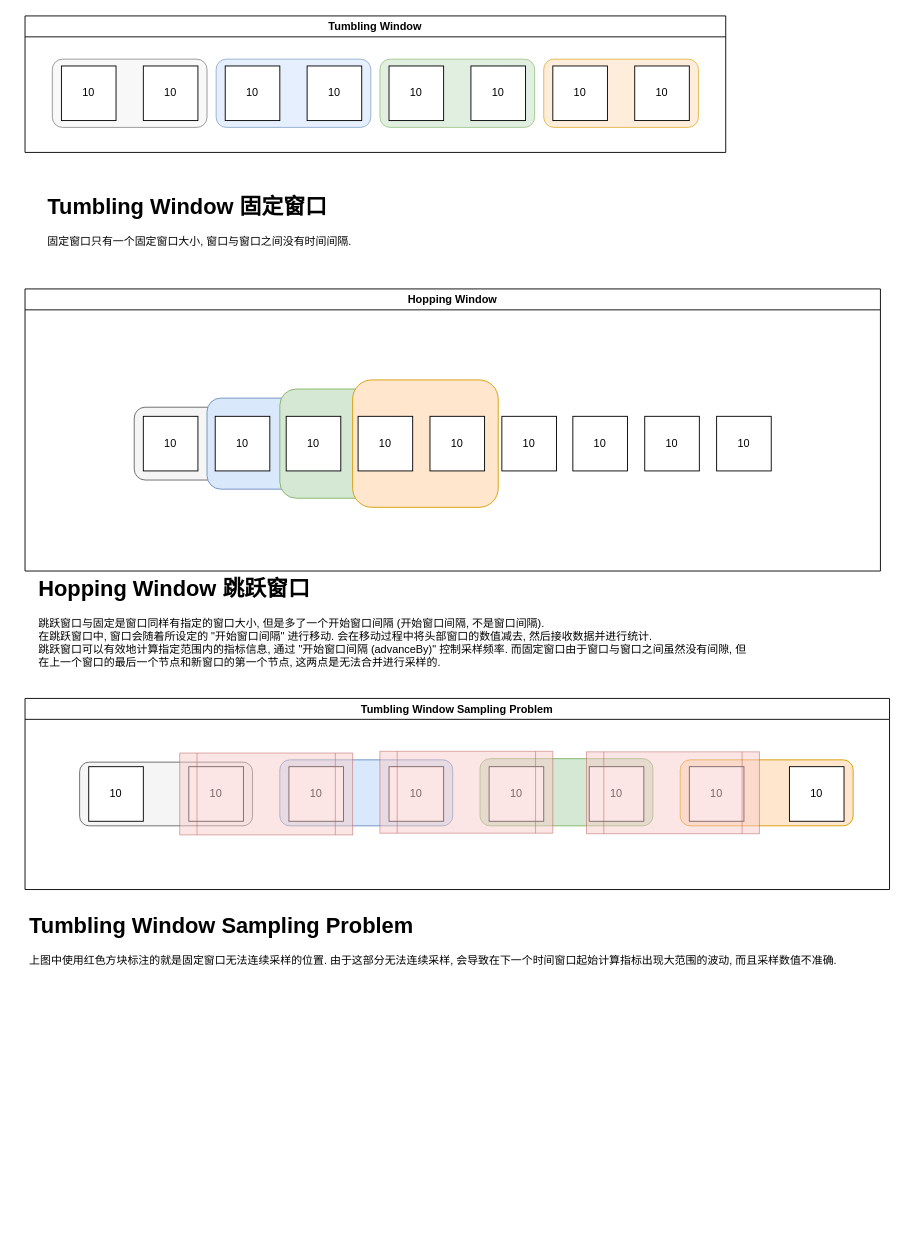
Before: kafka/stream/Kafka-Smaping-Window.drawio in LJiangTao/drawio, a draw.io diagram. Source tidied: cells renumbered, new cells numbered last; positions are measured from the earlier drawing's top-left corner, leaving out a move shared by most shapes. Both pictures are drawn from the tidied source at 91%, with x=0, y=0 at pixel (25, 15).
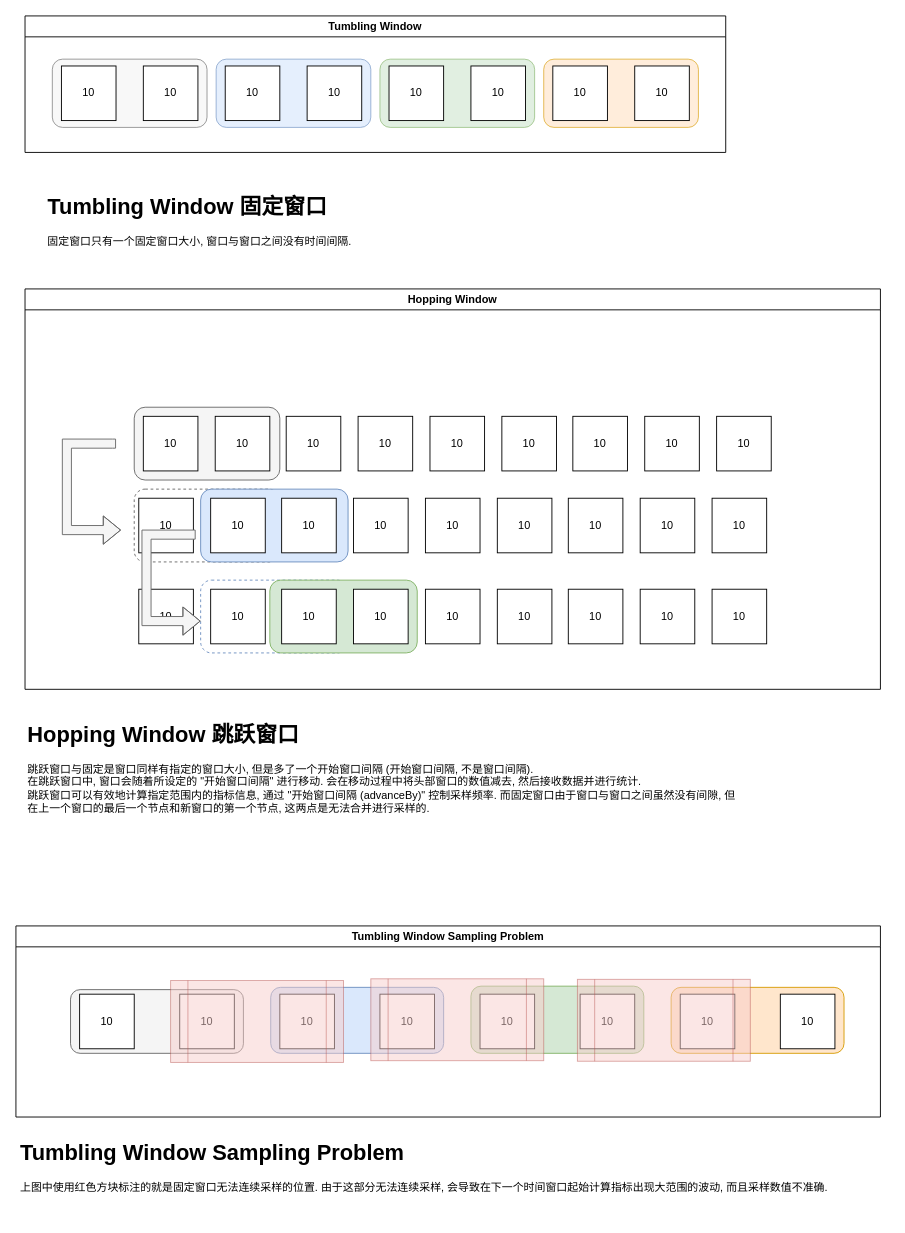
Above is the later version.

The edit, as a diff of the source:
```diff
@@
     <mxCell id="16" value="Hopping Window" style="swimlane;whiteSpace=wrap;html=1;" parent="1" vertex="1">
-      <mxGeometry y="300" width="940" height="310" as="geometry" />
+      <mxGeometry y="300" width="940" height="440" as="geometry" />
     </mxCell>
+    <mxCell id="48" style="rounded=1;whiteSpace=wrap;html=1;fillColor=none;strokeColor=#6c8ebf;dashed=1;" parent="16" vertex="1">
+      <mxGeometry x="193" y="320" width="162" height="80" as="geometry" />
+    </mxCell>
+    <mxCell id="49" style="rounded=1;whiteSpace=wrap;html=1;fillColor=#d5e8d4;strokeColor=#82b366;" parent="16" vertex="1">
+      <mxGeometry x="269" y="320" width="162" height="80" as="geometry" />
+    </mxCell>
+    <mxCell id="50" style="rounded=1;whiteSpace=wrap;html=1;fillColor=none;fontColor=#333333;strokeColor=#666666;dashed=1;" parent="16" vertex="1">
+      <mxGeometry x="120" y="220" width="160" height="80" as="geometry" />
+    </mxCell>
+    <mxCell id="51" style="edgeStyle=orthogonalEdgeStyle;rounded=0;orthogonalLoop=1;jettySize=auto;html=1;shape=flexArrow;fillColor=#f5f5f5;strokeColor=#666666;" parent="16" edge="1">
+      <mxGeometry relative="1" as="geometry">
+        <mxPoint x="100" y="170" as="sourcePoint" />
+        <mxPoint x="105.5" y="265" as="targetPoint" />
+        <Array as="points">
+          <mxPoint x="96" y="170" />
+          <mxPoint x="46" y="170" />
+          <mxPoint x="46" y="265" />
+        </Array>
+      </mxGeometry>
+    </mxCell>
@@
-    <mxCell id="18" style="rounded=1;whiteSpace=wrap;html=1;fillColor=#dae8fc;strokeColor=#6c8ebf;" parent="16" vertex="1">
-      <mxGeometry x="200" y="120" width="160" height="100" as="geometry" />
-    </mxCell>
-    <mxCell id="19" style="rounded=1;whiteSpace=wrap;html=1;fillColor=#d5e8d4;strokeColor=#82b366;" parent="16" vertex="1">
-      <mxGeometry x="280" y="110" width="160" height="120" as="geometry" />
-    </mxCell>
-    <mxCell id="20" style="rounded=1;whiteSpace=wrap;html=1;fillColor=#ffe6cc;strokeColor=#d79b00;" parent="16" vertex="1">
-      <mxGeometry x="360" y="100" width="160" height="140" as="geometry" />
-    </mxCell>
@@
+    <mxCell id="52" style="rounded=1;whiteSpace=wrap;html=1;fillColor=#dae8fc;strokeColor=#6c8ebf;" parent="16" vertex="1">
+      <mxGeometry x="193" y="220" width="162" height="80" as="geometry" />
+    </mxCell>
+    <mxCell id="53" value="10" style="whiteSpace=wrap;html=1;" parent="16" vertex="1">
+      <mxGeometry x="125" y="230" width="60" height="60" as="geometry" />
+    </mxCell>
+    <mxCell id="54" value="10" style="whiteSpace=wrap;html=1;" parent="16" vertex="1">
+      <mxGeometry x="204" y="230" width="60" height="60" as="geometry" />
+    </mxCell>
+    <mxCell id="55" value="10" style="whiteSpace=wrap;html=1;" parent="16" vertex="1">
+      <mxGeometry x="282" y="230" width="60" height="60" as="geometry" />
+    </mxCell>
+    <mxCell id="56" value="10" style="whiteSpace=wrap;html=1;" parent="16" vertex="1">
+      <mxGeometry x="361" y="230" width="60" height="60" as="geometry" />
+    </mxCell>
+    <mxCell id="57" value="10" style="whiteSpace=wrap;html=1;" parent="16" vertex="1">
+      <mxGeometry x="440" y="230" width="60" height="60" as="geometry" />
+    </mxCell>
+    <mxCell id="58" value="10" style="whiteSpace=wrap;html=1;" parent="16" vertex="1">
+      <mxGeometry x="519" y="230" width="60" height="60" as="geometry" />
+    </mxCell>
+    <mxCell id="59" value="10" style="whiteSpace=wrap;html=1;" parent="16" vertex="1">
+      <mxGeometry x="597" y="230" width="60" height="60" as="geometry" />
+    </mxCell>
+    <mxCell id="60" value="10" style="whiteSpace=wrap;html=1;" parent="16" vertex="1">
+      <mxGeometry x="676" y="230" width="60" height="60" as="geometry" />
+    </mxCell>
+    <mxCell id="61" value="10" style="whiteSpace=wrap;html=1;" parent="16" vertex="1">
+      <mxGeometry x="755" y="230" width="60" height="60" as="geometry" />
+    </mxCell>
+    <mxCell id="62" value="10" style="whiteSpace=wrap;html=1;" parent="16" vertex="1">
+      <mxGeometry x="125" y="330" width="60" height="60" as="geometry" />
+    </mxCell>
+    <mxCell id="63" value="10" style="whiteSpace=wrap;html=1;" parent="16" vertex="1">
+      <mxGeometry x="204" y="330" width="60" height="60" as="geometry" />
+    </mxCell>
+    <mxCell id="64" value="10" style="whiteSpace=wrap;html=1;" parent="16" vertex="1">
+      <mxGeometry x="282" y="330" width="60" height="60" as="geometry" />
+    </mxCell>
+    <mxCell id="65" value="10" style="whiteSpace=wrap;html=1;" parent="16" vertex="1">
+      <mxGeometry x="361" y="330" width="60" height="60" as="geometry" />
+    </mxCell>
+    <mxCell id="66" value="10" style="whiteSpace=wrap;html=1;" parent="16" vertex="1">
+      <mxGeometry x="440" y="330" width="60" height="60" as="geometry" />
+    </mxCell>
+    <mxCell id="67" value="10" style="whiteSpace=wrap;html=1;" parent="16" vertex="1">
+      <mxGeometry x="519" y="330" width="60" height="60" as="geometry" />
+    </mxCell>
+    <mxCell id="68" value="10" style="whiteSpace=wrap;html=1;" parent="16" vertex="1">
+      <mxGeometry x="597" y="330" width="60" height="60" as="geometry" />
+    </mxCell>
+    <mxCell id="69" value="10" style="whiteSpace=wrap;html=1;" parent="16" vertex="1">
+      <mxGeometry x="676" y="330" width="60" height="60" as="geometry" />
+    </mxCell>
+    <mxCell id="70" value="10" style="whiteSpace=wrap;html=1;" parent="16" vertex="1">
+      <mxGeometry x="755" y="330" width="60" height="60" as="geometry" />
+    </mxCell>
+    <mxCell id="71" style="edgeStyle=orthogonalEdgeStyle;rounded=0;orthogonalLoop=1;jettySize=auto;html=1;shape=flexArrow;fillColor=#f5f5f5;strokeColor=#666666;" parent="16" edge="1">
+      <mxGeometry relative="1" as="geometry">
+        <mxPoint x="187.5" y="270" as="sourcePoint" />
+        <mxPoint x="193" y="365" as="targetPoint" />
+        <Array as="points">
+          <mxPoint x="183.5" y="270" />
+          <mxPoint x="133.5" y="270" />
+          <mxPoint x="133.5" y="365" />
+        </Array>
+      </mxGeometry>
+    </mxCell>
     <mxCell id="30" value="&lt;h1&gt;Hopping Window 跳跃窗口&lt;/h1&gt;&lt;div&gt;跳跃窗口与固定是窗口同样有指定的窗口大小, 但是多了一个开始窗口间隔 (开始窗口间隔, 不是窗口间隔).&lt;/div&gt;&lt;div&gt;在跳跃窗口中, 窗口会随着所设定的 &quot;开始窗口间隔&quot; 进行移动. 会在移动过程中将头部窗口的数值减去, 然后接收数据并进行统计.&lt;/div&gt;&lt;div&gt;跳跃窗口可以有效地计算指定范围内的指标信息, 通过 &quot;开始窗口间隔 (advanceBy)&quot; 控制采样频率. 而固定窗口由于窗口与窗口之间虽然没有间隙, 但在上一个窗口的最后一个节点和新窗口的第一个节点, 这两点是无法合并进行采样的.&lt;/div&gt;" style="text;html=1;strokeColor=none;fillColor=none;spacing=5;spacingTop=-20;whiteSpace=wrap;overflow=hidden;rounded=0;" parent="1" vertex="1">
-      <mxGeometry x="10" y="610" width="790" height="120" as="geometry" />
+      <mxGeometry x="-2" y="770" width="790" height="120" as="geometry" />
     </mxCell>
     <mxCell id="31" value="Tumbling Window Sampling Problem" style="swimlane;whiteSpace=wrap;html=1;" parent="1" vertex="1">
-      <mxGeometry y="750" width="950" height="210" as="geometry" />
+      <mxGeometry x="-10" y="1000" width="950" height="210" as="geometry" />
     </mxCell>
@@
     <mxCell id="47" value="&lt;h1&gt;Tumbling Window Sampling Problem&lt;br&gt;&lt;/h1&gt;&lt;div&gt;上图中使用红色方块标注的就是固定窗口无法连续采样的位置. 由于这部分无法连续采样, 会导致在下一个时间窗口起始计算指标出现大范围的波动, 而且采样数值不准确.&lt;/div&gt;" style="text;html=1;strokeColor=none;fillColor=none;spacing=5;spacingTop=-20;whiteSpace=wrap;overflow=hidden;rounded=0;" parent="1" vertex="1">
-      <mxGeometry y="980" width="940" height="90" as="geometry" />
+      <mxGeometry x="-10" y="1230" width="940" height="90" as="geometry" />
     </mxCell>
```
